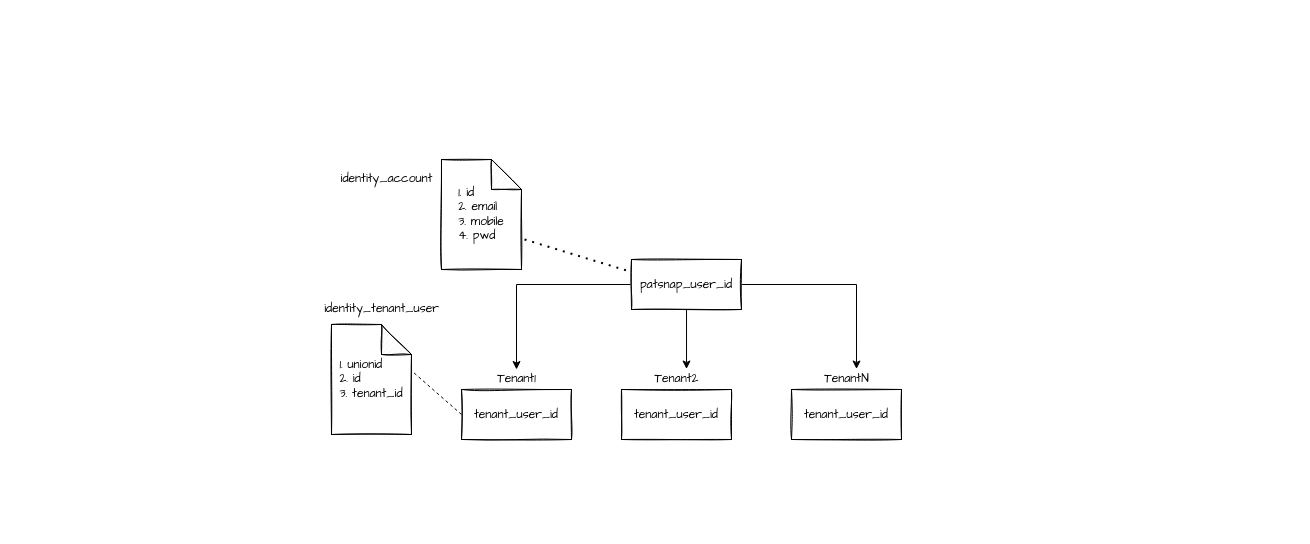
yindongjun/gangzhang.github.io keeps this draw.io diagram as page "Page-1" (1 of 2) of Multi-Tenants.drawio. Above is the earlier version. Source tidied: cells renumbered, new cells numbered last; positions are measured from the earlier drawing's top-left corner, leaving out a move shared by most shapes. Both pictures are drawn from the tidied source at 100%, with x=0, y=0 at pixel (311, 159).
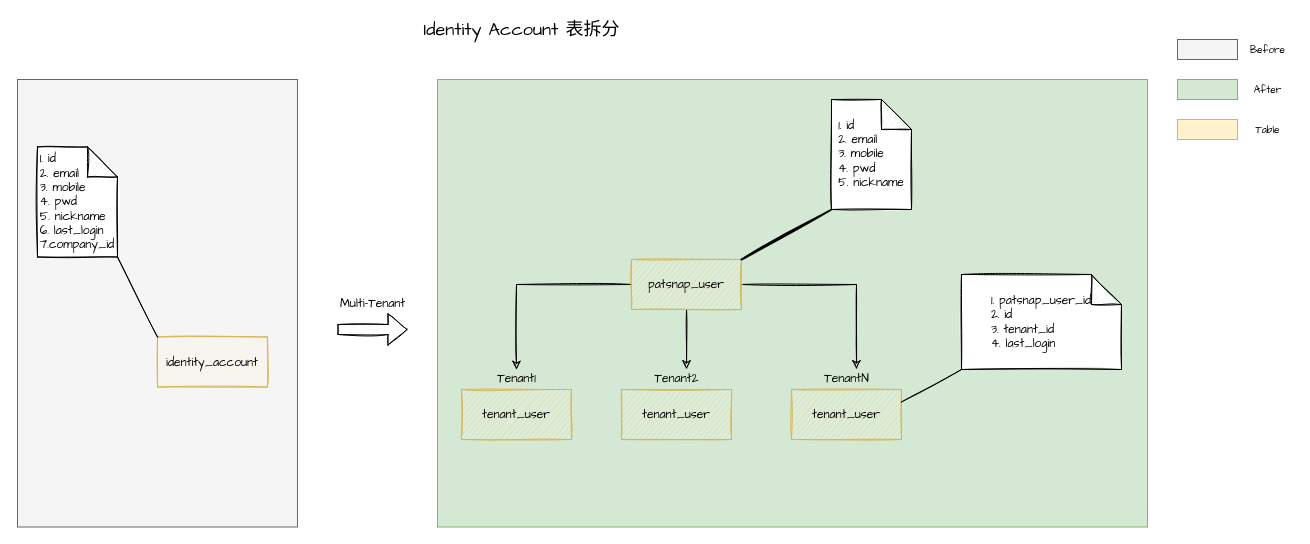
The same page after the edit.

Unchanged cells that the change refers to:
```xml
<mxCell id="7" value="Tenant1" style="text;html=1;align=center;verticalAlign=middle;points=[];strokeColor=none;fillColor=none;fontFamily=Comic Sans MS;" parent="1" vertex="1">
  <mxGeometry x="175" y="210" width="60" height="20" as="geometry" />
</mxCell>
<mxCell id="9" value="Tenant2" style="text;html=1;align=center;verticalAlign=middle;points=[];strokeColor=none;fillColor=none;fontFamily=Comic Sans MS;" parent="1" vertex="1">
  <mxGeometry x="335" y="210" width="60" height="20" as="geometry" />
</mxCell>
<mxCell id="11" value="TenantN" style="text;html=1;align=center;verticalAlign=middle;points=[];strokeColor=none;fillColor=none;fontFamily=Comic Sans MS;" parent="1" vertex="1">
  <mxGeometry x="505" y="210" width="60" height="20" as="geometry" />
</mxCell>
```

Diff of the diagram source:
```diff
@@
+    <mxCell id="18" style="rounded=0;whiteSpace=wrap;html=1;fillColor=#d5e8d4;strokeColor=#82b366;" parent="1" vertex="1">
+      <mxGeometry x="126" y="-80" width="710" height="447.5" as="geometry" />
+    </mxCell>
+    <mxCell id="19" style="rounded=0;whiteSpace=wrap;html=1;fillColor=#f5f5f5;strokeColor=#666666;fontColor=#333333;" parent="1" vertex="1">
+      <mxGeometry x="-294" y="-80" width="280" height="447.5" as="geometry" />
+    </mxCell>
-    <mxCell id="2" style="edgeStyle=orthogonalEdgeStyle;rounded=0;jettySize=auto;html=1;fontFamily=Comic Sans MS;" parent="1" edge="1" source="5" target="7">
+    <mxCell id="2" style="edgeStyle=orthogonalEdgeStyle;rounded=0;jettySize=auto;html=1;fontFamily=Comic Sans MS;sketch=1;" parent="1" edge="1" source="5" target="7">
       <mxGeometry relative="1" as="geometry" />
     </mxCell>
-    <mxCell id="3" style="edgeStyle=orthogonalEdgeStyle;rounded=0;jettySize=auto;html=1;entryX=0.667;entryY=-0.025;entryDx=0;entryDy=0;entryPerimeter=0;fontFamily=Comic Sans MS;" parent="1" edge="1" source="5" target="9">
+    <mxCell id="3" style="edgeStyle=orthogonalEdgeStyle;rounded=0;jettySize=auto;html=1;entryX=0.667;entryY=-0.025;entryDx=0;entryDy=0;entryPerimeter=0;fontFamily=Comic Sans MS;sketch=1;" parent="1" edge="1" source="5" target="9">
       <mxGeometry relative="1" as="geometry" />
     </mxCell>
-    <mxCell id="4" style="edgeStyle=orthogonalEdgeStyle;rounded=0;jettySize=auto;html=1;entryX=0.667;entryY=-0.025;entryDx=0;entryDy=0;entryPerimeter=0;fontFamily=Comic Sans MS;" parent="1" edge="1" source="5" target="11">
+    <mxCell id="4" style="edgeStyle=orthogonalEdgeStyle;rounded=0;jettySize=auto;html=1;entryX=0.667;entryY=-0.025;entryDx=0;entryDy=0;entryPerimeter=0;fontFamily=Comic Sans MS;sketch=1;" parent="1" edge="1" source="5" target="11">
       <mxGeometry relative="1" as="geometry" />
     </mxCell>
-    <mxCell id="5" value="&lt;font face=&quot;Comic Sans MS&quot;&gt;patsnap_user_id&lt;/font&gt;" style="whiteSpace=wrap;html=1;sketch=1;" parent="1" vertex="1">
+    <mxCell id="5" value="&lt;span style=&quot;font-family: &amp;quot;Comic Sans MS&amp;quot;;&quot;&gt;patsnap_user&lt;/span&gt;" style="whiteSpace=wrap;html=1;sketch=1;fillColor=#fff2cc;strokeColor=#d6b656;" parent="1" vertex="1">
       <mxGeometry x="320" y="100" width="110" height="50" as="geometry" />
     </mxCell>
-    <mxCell id="6" value="&lt;span style=&quot;font-family: &amp;quot;Comic Sans MS&amp;quot;;&quot;&gt;tenant_user&lt;/span&gt;&lt;font face=&quot;Comic Sans MS&quot;&gt;_id&lt;/font&gt;" style="whiteSpace=wrap;html=1;sketch=1;" parent="1" vertex="1">
+    <mxCell id="6" value="&lt;span style=&quot;font-family: &amp;quot;Comic Sans MS&amp;quot;;&quot;&gt;tenant_user&lt;/span&gt;" style="whiteSpace=wrap;html=1;sketch=1;fillColor=#fff2cc;strokeColor=#d6b656;" parent="1" vertex="1">
       <mxGeometry x="150" y="230" width="110" height="50" as="geometry" />
     </mxCell>
@@
-    <mxCell id="8" value="&lt;span style=&quot;font-family: &amp;quot;Comic Sans MS&amp;quot;;&quot;&gt;tenant_user&lt;/span&gt;&lt;font face=&quot;Comic Sans MS&quot;&gt;_id&lt;/font&gt;" style="whiteSpace=wrap;html=1;sketch=1;" parent="1" vertex="1">
+    <mxCell id="8" value="&lt;span style=&quot;font-family: &amp;quot;Comic Sans MS&amp;quot;;&quot;&gt;tenant_user&lt;/span&gt;" style="whiteSpace=wrap;html=1;sketch=1;fillColor=#fff2cc;strokeColor=#d6b656;" parent="1" vertex="1">
       <mxGeometry x="310" y="230" width="110" height="50" as="geometry" />
     </mxCell>
@@
-    <mxCell id="10" value="&lt;span style=&quot;font-family: &amp;quot;Comic Sans MS&amp;quot;;&quot;&gt;tenant_user&lt;/span&gt;&lt;font face=&quot;Comic Sans MS&quot;&gt;_id&lt;/font&gt;" style="whiteSpace=wrap;html=1;sketch=1;" parent="1" vertex="1">
+    <mxCell id="10" value="&lt;span style=&quot;font-family: &amp;quot;Comic Sans MS&amp;quot;;&quot;&gt;tenant_user&lt;/span&gt;" style="whiteSpace=wrap;html=1;sketch=1;fillColor=#fff2cc;strokeColor=#d6b656;" parent="1" vertex="1">
       <mxGeometry x="480" y="230" width="110" height="50" as="geometry" />
     </mxCell>
@@
-    <mxCell id="12" value="&lt;div style=&quot;text-align: left;&quot;&gt;&lt;span style=&quot;background-color: initial;&quot;&gt;1. id&lt;/span&gt;&lt;/div&gt;&lt;div style=&quot;text-align: left;&quot;&gt;&lt;span style=&quot;background-color: initial;&quot;&gt;2. email&lt;/span&gt;&lt;/div&gt;&lt;div style=&quot;text-align: left;&quot;&gt;&lt;span style=&quot;background-color: initial;&quot;&gt;3. mobile&lt;/span&gt;&lt;/div&gt;&lt;div style=&quot;text-align: left;&quot;&gt;&lt;span style=&quot;background-color: initial;&quot;&gt;4. pwd&lt;/span&gt;&lt;/div&gt;" style="shape=note;whiteSpace=wrap;html=1;backgroundOutline=1;darkOpacity=0.05;sketch=1;fontFamily=Comic Sans MS;" parent="1" vertex="1">
-      <mxGeometry x="130" width="80" height="110" as="geometry" />
+    <mxCell id="12" value="&lt;div style=&quot;text-align: left;&quot;&gt;&lt;span style=&quot;background-color: initial;&quot;&gt;1. id&lt;/span&gt;&lt;/div&gt;&lt;div style=&quot;text-align: left;&quot;&gt;&lt;span style=&quot;background-color: initial;&quot;&gt;2. email&lt;/span&gt;&lt;/div&gt;&lt;div style=&quot;text-align: left;&quot;&gt;&lt;span style=&quot;background-color: initial;&quot;&gt;3. mobile&lt;/span&gt;&lt;/div&gt;&lt;div style=&quot;text-align: left;&quot;&gt;&lt;span style=&quot;background-color: initial;&quot;&gt;4. pwd&lt;/span&gt;&lt;/div&gt;&lt;div style=&quot;text-align: left;&quot;&gt;&lt;span style=&quot;background-color: initial;&quot;&gt;5. nickname&lt;/span&gt;&lt;/div&gt;" style="shape=note;whiteSpace=wrap;html=1;backgroundOutline=1;darkOpacity=0.05;sketch=1;fontFamily=Comic Sans MS;" parent="1" vertex="1">
+      <mxGeometry x="520" y="-60" width="80" height="110" as="geometry" />
     </mxCell>
-    <mxCell id="13" value="&lt;div style=&quot;text-align: left;&quot;&gt;&lt;span style=&quot;background-color: initial;&quot;&gt;1.&amp;nbsp;&lt;/span&gt;&lt;span style=&quot;background-color: initial;&quot;&gt;unionid&lt;/span&gt;&lt;/div&gt;&lt;div style=&quot;text-align: left;&quot;&gt;&lt;span style=&quot;background-color: initial;&quot;&gt;2. id&lt;/span&gt;&lt;/div&gt;&lt;div style=&quot;text-align: left;&quot;&gt;&lt;span style=&quot;background-color: initial;&quot;&gt;3. tenant_id&lt;/span&gt;&lt;/div&gt;" style="shape=note;whiteSpace=wrap;html=1;backgroundOutline=1;darkOpacity=0.05;sketch=1;fontFamily=Comic Sans MS;" parent="1" vertex="1">
-      <mxGeometry x="20" y="165" width="80" height="110" as="geometry" />
+    <mxCell id="13" value="&lt;div style=&quot;text-align: left;&quot;&gt;&lt;span style=&quot;background-color: initial;&quot;&gt;1.&amp;nbsp;&lt;/span&gt;&lt;span style=&quot;background-color: initial;&quot;&gt;patsnap_user_id&lt;/span&gt;&lt;/div&gt;&lt;div style=&quot;text-align: left;&quot;&gt;&lt;span style=&quot;background-color: initial;&quot;&gt;2. id&lt;/span&gt;&lt;/div&gt;&lt;div style=&quot;text-align: left;&quot;&gt;&lt;span style=&quot;background-color: initial;&quot;&gt;3. tenant_id&lt;/span&gt;&lt;/div&gt;&lt;div style=&quot;text-align: left;&quot;&gt;&lt;span style=&quot;background-color: initial;&quot;&gt;4. last_login&lt;/span&gt;&lt;/div&gt;" style="shape=note;whiteSpace=wrap;html=1;backgroundOutline=1;darkOpacity=0.05;sketch=1;fontFamily=Comic Sans MS;" parent="1" vertex="1">
+      <mxGeometry x="650" y="115" width="160" height="95" as="geometry" />
     </mxCell>
-    <mxCell id="14" value="identity_account" style="text;html=1;align=center;verticalAlign=middle;points=[];strokeColor=none;fillColor=none;fontFamily=Comic Sans MS;" parent="1" vertex="1">
-      <mxGeometry x="20" y="10" width="110" height="20" as="geometry" />
-    </mxCell>
-    <mxCell id="15" style="endArrow=none;dashed=1;html=1;dashPattern=1 3;strokeWidth=2;rounded=0;fontFamily=Comic Sans MS;entryX=0;entryY=0.25;entryDx=0;entryDy=0;exitX=1.038;exitY=0.727;exitDx=0;exitDy=0;exitPerimeter=0;" parent="1" edge="1" source="12" target="5">
+    <mxCell id="15" style="endArrow=none;html=1;strokeWidth=2;rounded=0;fontFamily=Comic Sans MS;entryX=1;entryY=0;entryDx=0;entryDy=0;exitX=0;exitY=1;exitDx=0;exitDy=0;exitPerimeter=0;sketch=1;" parent="1" edge="1" source="12" target="5">
       <mxGeometry relative="1" as="geometry" />
     </mxCell>
-    <mxCell id="16" style="endArrow=none;dashed=1;html=1;rounded=0;fontFamily=Comic Sans MS;entryX=1.025;entryY=0.436;entryDx=0;entryDy=0;entryPerimeter=0;exitX=0;exitY=0.5;exitDx=0;exitDy=0;" parent="1" edge="1" source="6" target="13">
+    <mxCell id="16" style="endArrow=none;html=1;rounded=0;fontFamily=Comic Sans MS;entryX=0;entryY=1;entryDx=0;entryDy=0;entryPerimeter=0;exitX=1;exitY=0.25;exitDx=0;exitDy=0;sketch=1;" parent="1" edge="1" source="10" target="13">
       <mxGeometry relative="1" as="geometry" />
     </mxCell>
-    <mxCell id="17" value="identity_tenant_user" style="text;html=1;align=center;verticalAlign=middle;strokeColor=none;fillColor=none;fontFamily=Comic Sans MS;" parent="1" vertex="1">
-      <mxGeometry y="140" width="140" height="20" as="geometry" />
-    </mxCell>
+    <mxCell id="14" value="&lt;span style=&quot;font-family: &amp;quot;Comic Sans MS&amp;quot;;&quot;&gt;identity_account&lt;/span&gt;" style="whiteSpace=wrap;html=1;sketch=1;fillColor=#fff2cc;strokeColor=#d6b656;" parent="1" vertex="1">
+      <mxGeometry x="-154" y="177.5" width="110" height="50" as="geometry" />
+    </mxCell>
+    <mxCell id="20" value="&lt;div style=&quot;text-align: left;&quot;&gt;&lt;span style=&quot;background-color: initial;&quot;&gt;1. id&lt;/span&gt;&lt;/div&gt;&lt;div style=&quot;text-align: left;&quot;&gt;&lt;span style=&quot;background-color: initial;&quot;&gt;2. email&lt;/span&gt;&lt;/div&gt;&lt;div style=&quot;text-align: left;&quot;&gt;&lt;span style=&quot;background-color: initial;&quot;&gt;3. mobile&lt;/span&gt;&lt;/div&gt;&lt;div style=&quot;text-align: left;&quot;&gt;&lt;span style=&quot;background-color: initial;&quot;&gt;4. pwd&lt;/span&gt;&lt;/div&gt;&lt;div style=&quot;text-align: left;&quot;&gt;&lt;span style=&quot;background-color: initial;&quot;&gt;5. nickname&lt;/span&gt;&lt;/div&gt;&lt;div style=&quot;text-align: left;&quot;&gt;&lt;span style=&quot;background-color: initial;&quot;&gt;6. last_login&lt;/span&gt;&lt;/div&gt;&lt;div style=&quot;text-align: left;&quot;&gt;&lt;span style=&quot;background-color: initial;&quot;&gt;7.company_id&lt;/span&gt;&lt;/div&gt;" style="shape=note;whiteSpace=wrap;html=1;backgroundOutline=1;darkOpacity=0.05;sketch=1;fontFamily=Comic Sans MS;" parent="1" vertex="1">
+      <mxGeometry x="-274" y="-12.5" width="80" height="110" as="geometry" />
+    </mxCell>
+    <mxCell id="21" style="endArrow=none;html=1;rounded=0;fontFamily=Comic Sans MS;entryX=1;entryY=1;entryDx=0;entryDy=0;entryPerimeter=0;exitX=0;exitY=0;exitDx=0;exitDy=0;sketch=1;" parent="1" edge="1" source="14" target="20">
+      <mxGeometry relative="1" as="geometry" />
+    </mxCell>
+    <mxCell id="22" style="shape=flexArrow;endArrow=classic;html=1;rounded=0;sketch=1;" parent="1" edge="1">
+      <mxGeometry relative="1" as="geometry">
+        <mxPoint x="26" y="170" as="sourcePoint" />
+        <mxPoint x="96" y="170" as="targetPoint" />
+      </mxGeometry>
+    </mxCell>
+    <mxCell id="23" value="&lt;font face=&quot;Comic Sans MS&quot;&gt;Multi-Tenant&lt;/font&gt;" style="text;html=1;align=center;verticalAlign=middle;strokeColor=none;fillColor=none;" parent="1" vertex="1">
+      <mxGeometry x="16" y="133.8" width="90" height="20" as="geometry" />
+    </mxCell>
+    <mxCell id="24" value="&lt;font style=&quot;font-size: 18px;&quot;&gt;Identity Account 表拆分&lt;/font&gt;" style="text;html=1;align=center;verticalAlign=middle;strokeColor=none;fillColor=none;fontFamily=Comic Sans MS;" parent="1" vertex="1">
+      <mxGeometry x="100" y="-140" width="220" height="20" as="geometry" />
+    </mxCell>
+    <mxCell id="25" style="rounded=0;whiteSpace=wrap;html=1;fontFamily=Comic Sans MS;fontSize=10;fillColor=#d5e8d4;strokeColor=#82b366;" parent="1" vertex="1">
+      <mxGeometry x="866" y="-80" width="60" height="20" as="geometry" />
+    </mxCell>
+    <mxCell id="26" style="rounded=0;whiteSpace=wrap;html=1;fontFamily=Comic Sans MS;fontSize=10;fillColor=#f5f5f5;strokeColor=#666666;fontColor=#333333;" parent="1" vertex="1">
+      <mxGeometry x="866" y="-120" width="60" height="20" as="geometry" />
+    </mxCell>
+    <mxCell id="27" style="rounded=0;whiteSpace=wrap;html=1;fontFamily=Comic Sans MS;fontSize=10;fillColor=#fff2cc;strokeColor=#d6b656;" parent="1" vertex="1">
+      <mxGeometry x="866" y="-40" width="60" height="20" as="geometry" />
+    </mxCell>
+    <mxCell id="28" value="Before" style="text;html=1;align=center;verticalAlign=middle;strokeColor=none;fillColor=none;fontSize=10;fontFamily=Comic Sans MS;" parent="1" vertex="1">
+      <mxGeometry x="931" y="-120" width="50" height="20" as="geometry" />
+    </mxCell>
+    <mxCell id="29" value="After" style="text;html=1;align=center;verticalAlign=middle;strokeColor=none;fillColor=none;fontSize=10;fontFamily=Comic Sans MS;" parent="1" vertex="1">
+      <mxGeometry x="931" y="-80" width="50" height="20" as="geometry" />
+    </mxCell>
+    <mxCell id="30" value="Table" style="text;html=1;align=center;verticalAlign=middle;strokeColor=none;fillColor=none;fontSize=10;fontFamily=Comic Sans MS;" parent="1" vertex="1">
+      <mxGeometry x="931" y="-40" width="50" height="20" as="geometry" />
+    </mxCell>
```
